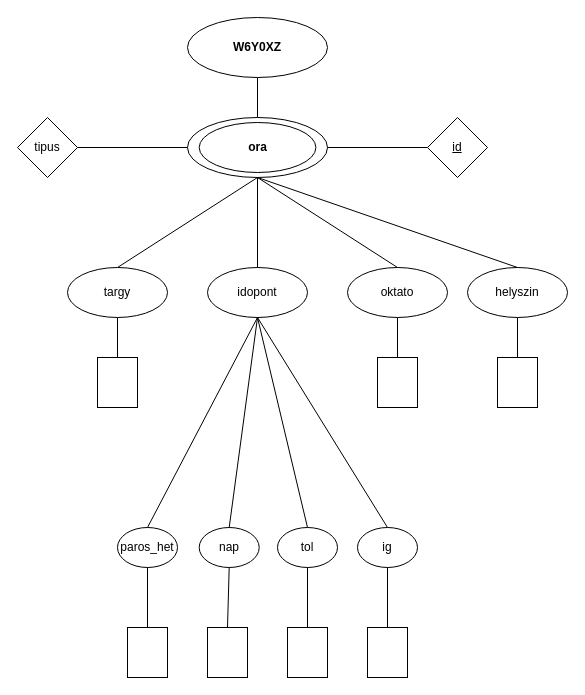
This is W6Y0XZ_0507/XDMW6Y0XZ.drawio from csoko99/W6Y0XZWebKonyv, a draw.io file, before an edit. Source tidied: cells renumbered, new cells numbered last; positions are measured from the earlier drawing's top-left corner, leaving out a move shared by most shapes. Both pictures are drawn from the tidied source at 100%, with x=0, y=0 at pixel (17, 17).
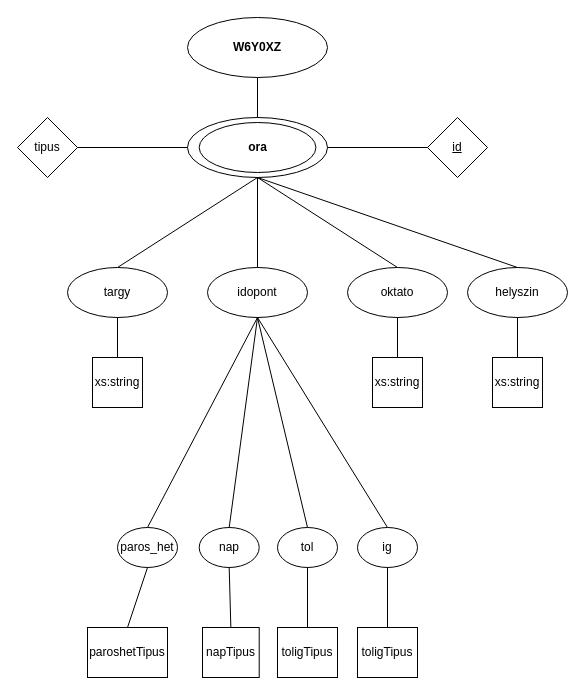
After the change.

Diff of the diagram source:
```diff
@@
-    <mxCell id="20" style="rounded=0;whiteSpace=wrap;html=1;" parent="1" vertex="1">
-      <mxGeometry x="80" y="340" width="40" height="50" as="geometry" />
+    <mxCell id="20" value="xs:string" style="rounded=0;whiteSpace=wrap;html=1;" parent="1" vertex="1">
+      <mxGeometry x="75" y="340" width="50" height="50" as="geometry" />
     </mxCell>
-    <mxCell id="21" style="rounded=0;whiteSpace=wrap;html=1;" parent="1" vertex="1">
-      <mxGeometry x="360" y="340" width="40" height="50" as="geometry" />
+    <mxCell id="21" value="xs:string" style="rounded=0;whiteSpace=wrap;html=1;" parent="1" vertex="1">
+      <mxGeometry x="355" y="340" width="50" height="50" as="geometry" />
     </mxCell>
-    <mxCell id="22" style="rounded=0;whiteSpace=wrap;html=1;" parent="1" vertex="1">
-      <mxGeometry x="480" y="340" width="40" height="50" as="geometry" />
+    <mxCell id="22" value="xs:string" style="rounded=0;whiteSpace=wrap;html=1;" parent="1" vertex="1">
+      <mxGeometry x="475" y="340" width="50" height="50" as="geometry" />
     </mxCell>
@@
-    <mxCell id="30" style="rounded=0;whiteSpace=wrap;html=1;" parent="1" vertex="1">
-      <mxGeometry x="110" y="610" width="40" height="50" as="geometry" />
+    <mxCell id="30" value="paroshetTipus" style="rounded=0;whiteSpace=wrap;html=1;" parent="1" vertex="1">
+      <mxGeometry x="70" y="610" width="80" height="50" as="geometry" />
     </mxCell>
-    <mxCell id="31" style="rounded=0;whiteSpace=wrap;html=1;" parent="1" vertex="1">
-      <mxGeometry x="190" y="610" width="40" height="50" as="geometry" />
+    <mxCell id="31" value="napTipus" style="rounded=0;whiteSpace=wrap;html=1;" parent="1" vertex="1">
+      <mxGeometry x="185" y="610" width="56.7" height="50" as="geometry" />
     </mxCell>
-    <mxCell id="32" style="rounded=0;whiteSpace=wrap;html=1;" parent="1" vertex="1">
-      <mxGeometry x="270" y="610" width="40" height="50" as="geometry" />
+    <mxCell id="32" value="toligTipus" style="rounded=0;whiteSpace=wrap;html=1;" parent="1" vertex="1">
+      <mxGeometry x="260" y="610" width="60" height="50" as="geometry" />
     </mxCell>
-    <mxCell id="33" style="rounded=0;whiteSpace=wrap;html=1;" parent="1" vertex="1">
-      <mxGeometry x="350" y="610" width="40" height="50" as="geometry" />
+    <mxCell id="33" value="toligTipus" style="rounded=0;whiteSpace=wrap;html=1;" parent="1" vertex="1">
+      <mxGeometry x="340" y="610" width="60" height="50" as="geometry" />
     </mxCell>
```
